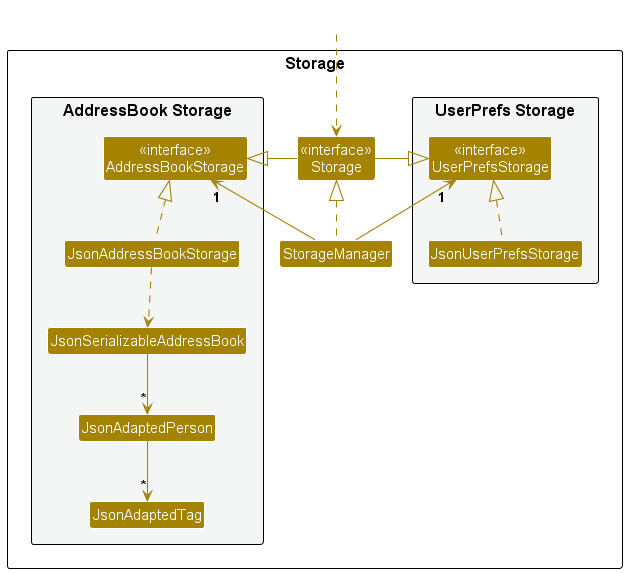
The PlantUML diagram docs/images/StorageClassDiagram.png in nus-cs2103-AY2324S2/tp, before a commit.
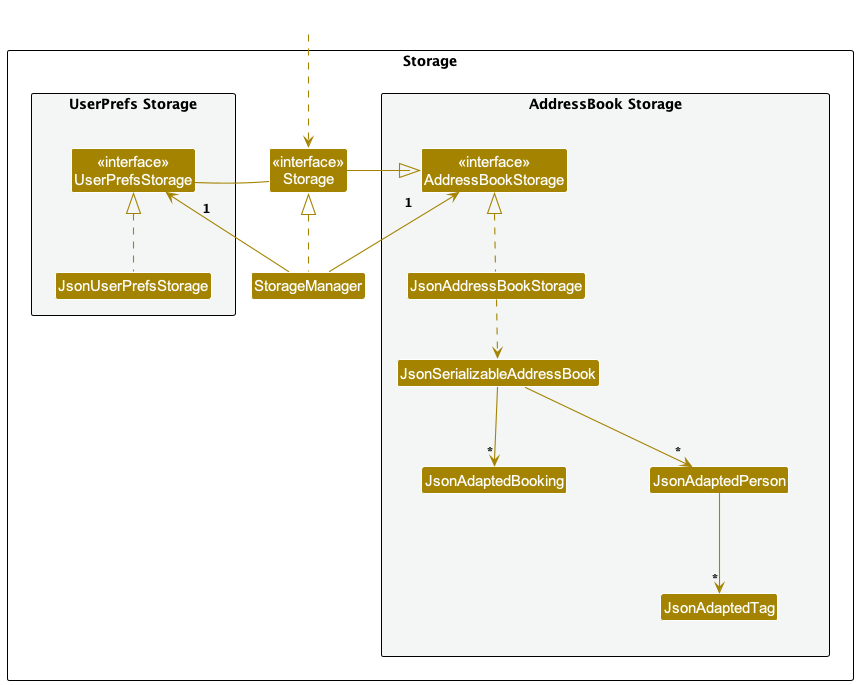
Later version of the same file.

Commit message:
Modify UML diagram for StorageClassDiagram.puml

Update DeveloperGuide to include this

What changed in the source:
```diff
@@ -18,6 +18,7 @@
 Class "<<interface>>\nAddressBookStorage" as AddressBookStorage
 Class JsonAddressBookStorage
 Class JsonSerializableAddressBook
+Class JsonAdaptedBooking
 Class JsonAdaptedPerson
 Class JsonAdaptedTag
 }
@@ -38,6 +39,7 @@
 JsonAddressBookStorage .up.|> AddressBookStorage
 JsonAddressBookStorage ..> JsonSerializableAddressBook
 JsonSerializableAddressBook --> "*" JsonAdaptedPerson
+JsonSerializableAddressBook --> "*" JsonAdaptedBooking
 JsonAdaptedPerson --> "*" JsonAdaptedTag
 
 @enduml
```
